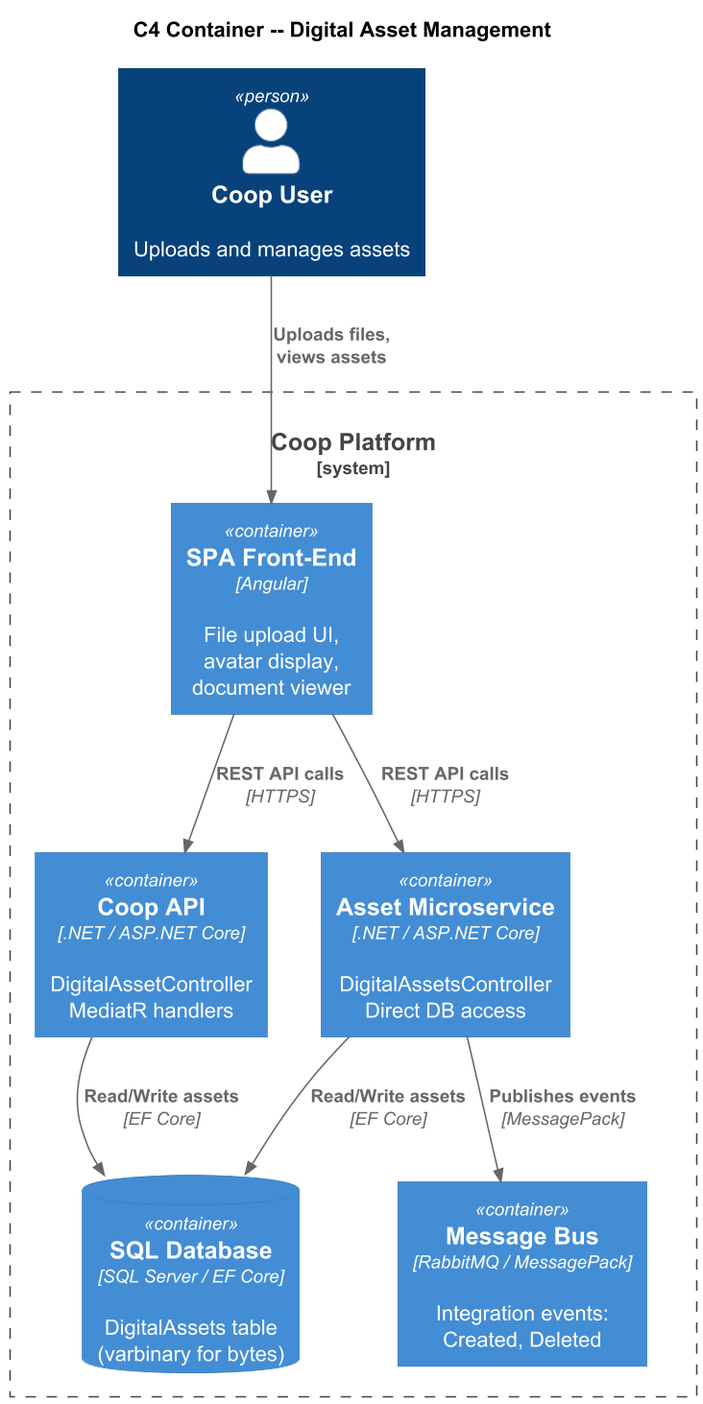
QuinntyneBrown/Coop keeps this PlantUML diagram as docs/detailed-designs/08-digital-asset-management/c4-container.png. Above is the earlier version.
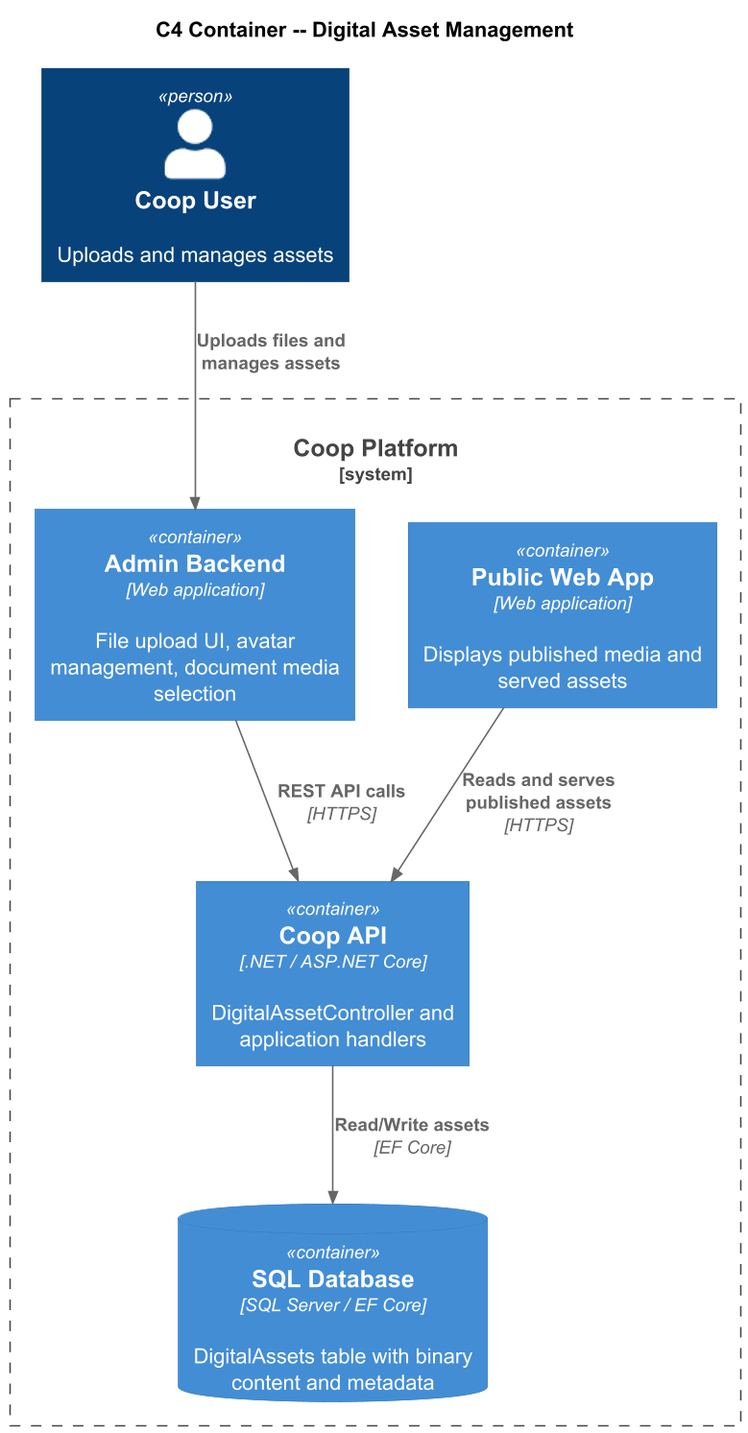
After the commit.

What changed in the source:
```diff
@@ -9,18 +9,15 @@
 Person(user, "Coop User", "Uploads and manages assets")
 
 System_Boundary(coop, "Coop Platform") {
-  Container(spa, "SPA Front-End", "Angular", "File upload UI,\navatar display,\ndocument viewer")
-  Container(api, "Coop API", ".NET / ASP.NET Core", "DigitalAssetController\nMediatR handlers")
-  Container(assetSvc, "Asset Microservice", ".NET / ASP.NET Core", "DigitalAssetsController\nDirect DB access")
-  ContainerDb(db, "SQL Database", "SQL Server / EF Core", "DigitalAssets table\n(varbinary for bytes)")
-  Container(bus, "Message Bus", "RabbitMQ / MessagePack", "Integration events:\nCreated, Deleted")
+  Container(publicApp, "Public Web App", "Web application", "Displays published media and served assets")
+  Container(adminApp, "Admin Backend", "Web application", "File upload UI, avatar management, document media selection")
+  Container(api, "Coop API", ".NET / ASP.NET Core", "DigitalAssetController and application handlers")
+  ContainerDb(db, "SQL Database", "SQL Server / EF Core", "DigitalAssets table with binary content and metadata")
 }
 
-Rel(user, spa, "Uploads files,\nviews assets")
-Rel(spa, api, "REST API calls", "HTTPS")
-Rel(spa, assetSvc, "REST API calls", "HTTPS")
+Rel(user, adminApp, "Uploads files and manages assets")
+Rel(adminApp, api, "REST API calls", "HTTPS")
+Rel(publicApp, api, "Reads and serves published assets", "HTTPS")
 Rel(api, db, "Read/Write assets", "EF Core")
-Rel(assetSvc, db, "Read/Write assets", "EF Core")
-Rel(assetSvc, bus, "Publishes events", "MessagePack")
 
 @enduml
```
